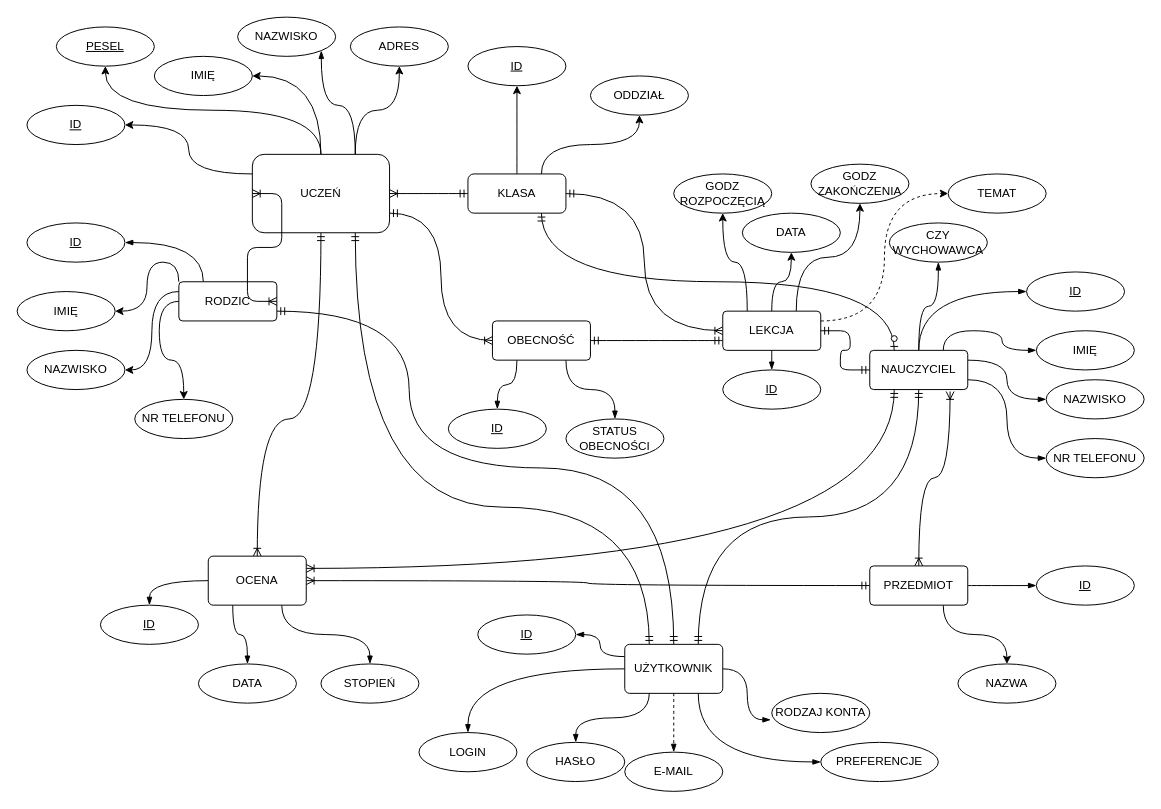
Above: page "Model Konceptualny" (1 of 3) of Modele/modele.drawio in maciekpajak/BAZY_DANYCH_PROJEKT (draw.io), before the change. Source tidied: cells renumbered, new cells numbered last; positions are measured from the earlier drawing's top-left corner, leaving out a move shared by most shapes. Both pictures are drawn from the tidied source at 98%, with x=0, y=0 at pixel (17, 17).
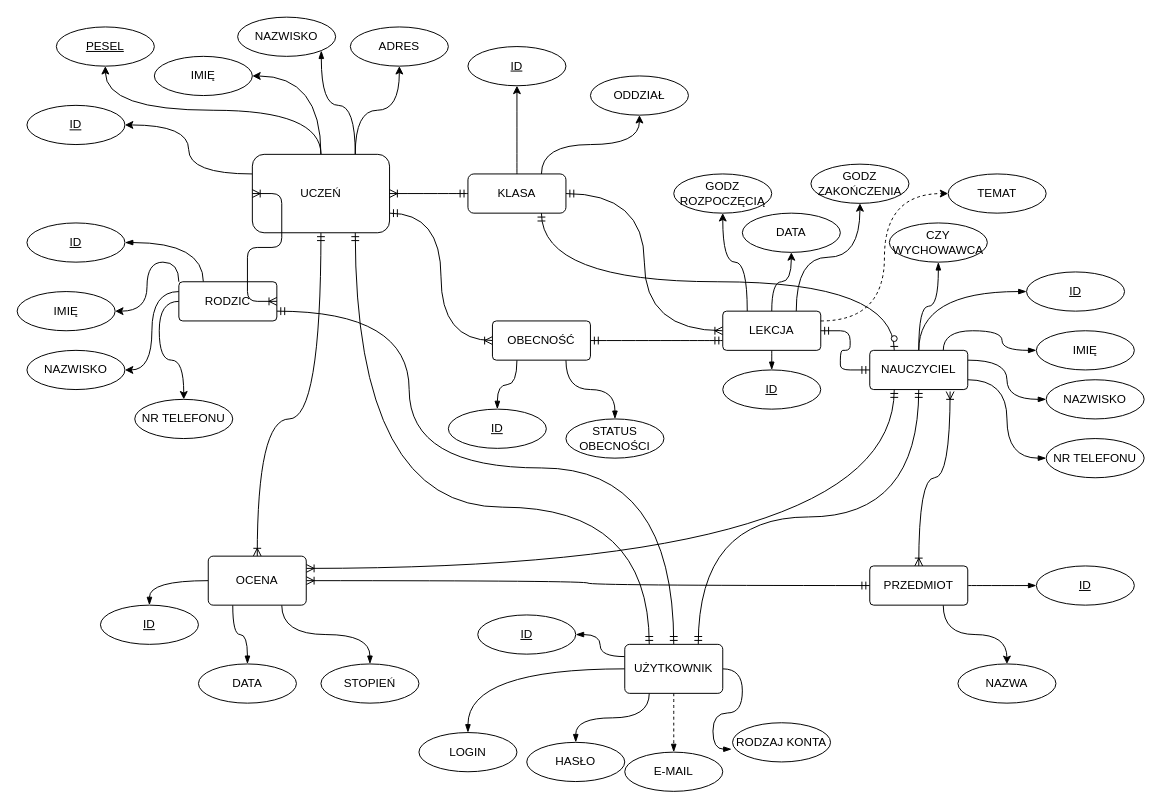
The same page after the edit.

Unchanged cells that the change refers to:
```xml
<mxCell id="83" value="UŻYTKOWNIK" style="rounded=1;arcSize=10;whiteSpace=wrap;html=1;align=center;" parent="1" vertex="1">
  <mxGeometry x="620" y="640" width="100" height="50" as="geometry" />
</mxCell>
```

Diff of the diagram source:
```diff
@@
-    <mxCell id="80" style="edgeStyle=orthogonalEdgeStyle;curved=1;jettySize=auto;html=1;exitX=0.75;exitY=1;exitDx=0;exitDy=0;entryX=0;entryY=0.5;entryDx=0;entryDy=0;startArrow=none;startFill=0;endArrow=blockThin;endFill=1;strokeWidth=1;" parent="1" edge="1" source="83" target="88">
-      <mxGeometry relative="1" as="geometry" />
-    </mxCell>
@@
     <mxCell id="87" value="RODZAJ KONTA" style="ellipse;whiteSpace=wrap;html=1;align=center;" parent="1" vertex="1">
-      <mxGeometry x="770" y="690" width="100" height="40" as="geometry" />
+      <mxGeometry x="730" y="720" width="100" height="40" as="geometry" />
     </mxCell>
-    <mxCell id="88" value="PREFERENCJE" style="ellipse;whiteSpace=wrap;html=1;align=center;" parent="1" vertex="1">
-      <mxGeometry x="820" y="740" width="120" height="40" as="geometry" />
-    </mxCell>
```
